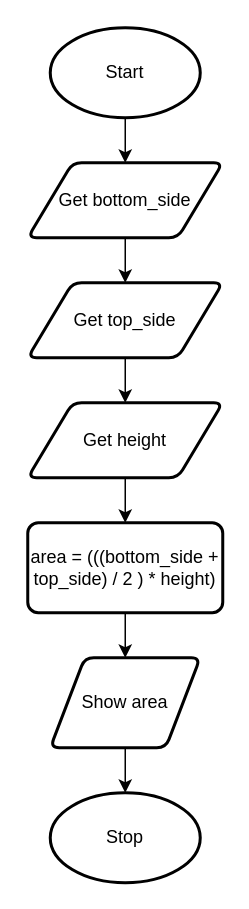
Above: drawio/flowchart/flowchart.drawio in Aidan-Lalonde-Novales/ICS3U-Assignment-2-Python (draw.io), before the change. Source tidied: cells renumbered, new cells numbered last; positions are measured from the earlier drawing's top-left corner, leaving out a move shared by most shapes. Both pictures are drawn from the tidied source at 150%, with x=0, y=0 at pixel (27, 27).
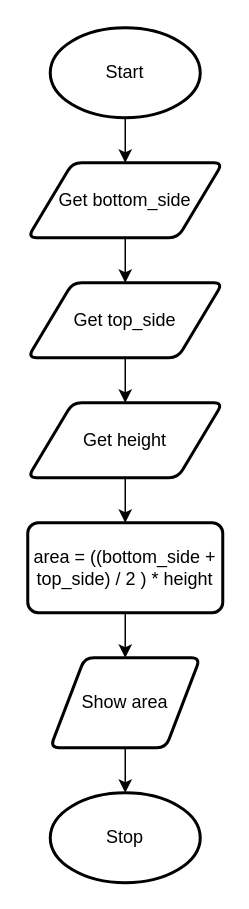
Above is the later version.

Commit message (it also covers changes not shown here):
fixed another mistake wit formula

The edit, as a diff of the source:
```diff
@@
 <mxGraphModel>
   <root>
     <mxCell id="0" />
     <mxCell id="1" parent="0" />
     <mxCell id="2" style="edgeStyle=none;html=1;exitX=0.5;exitY=1;exitDx=0;exitDy=0;exitPerimeter=0;entryX=0.5;entryY=0;entryDx=0;entryDy=0;" parent="1" edge="1" source="3" target="5">
       <mxGeometry relative="1" as="geometry" />
     </mxCell>
     <mxCell id="3" value="Start" style="strokeWidth=2;html=1;shape=mxgraph.flowchart.start_1;whiteSpace=wrap;" parent="1" vertex="1">
       <mxGeometry x="15" width="100" height="60" as="geometry" />
     </mxCell>
     <mxCell id="4" style="edgeStyle=none;html=1;exitX=0.5;exitY=1;exitDx=0;exitDy=0;entryX=0.5;entryY=0;entryDx=0;entryDy=0;" parent="1" edge="1" source="5" target="12">
       <mxGeometry relative="1" as="geometry" />
     </mxCell>
     <mxCell id="5" value="Get bottom_side" style="shape=parallelogram;html=1;strokeWidth=2;perimeter=parallelogramPerimeter;whiteSpace=wrap;rounded=1;arcSize=12;size=0.23;" parent="1" vertex="1">
       <mxGeometry y="90" width="130" height="50" as="geometry" />
     </mxCell>
     <mxCell id="6" style="edgeStyle=none;html=1;exitX=0.5;exitY=1;exitDx=0;exitDy=0;entryX=0.5;entryY=0;entryDx=0;entryDy=0;" parent="1" edge="1" source="7" target="9">
       <mxGeometry relative="1" as="geometry" />
     </mxCell>
-    <mxCell id="7" value="area = (((bottom_side + top_side) / 2 ) * height)" style="rounded=1;whiteSpace=wrap;html=1;absoluteArcSize=1;arcSize=14;strokeWidth=2;" parent="1" vertex="1">
+    <mxCell id="7" value="area = ((bottom_side + top_side) / 2 ) * height" style="rounded=1;whiteSpace=wrap;html=1;absoluteArcSize=1;arcSize=14;strokeWidth=2;" parent="1" vertex="1">
       <mxGeometry y="330" width="130" height="60" as="geometry" />
     </mxCell>
     <mxCell id="8" style="edgeStyle=none;html=1;exitX=0.5;exitY=1;exitDx=0;exitDy=0;entryX=0.5;entryY=0;entryDx=0;entryDy=0;entryPerimeter=0;" parent="1" edge="1" source="9" target="10">
       <mxGeometry relative="1" as="geometry" />
     </mxCell>
     <mxCell id="9" value="Show area" style="shape=parallelogram;html=1;strokeWidth=2;perimeter=parallelogramPerimeter;whiteSpace=wrap;rounded=1;arcSize=12;size=0.23;" parent="1" vertex="1">
       <mxGeometry x="15" y="420" width="100" height="60" as="geometry" />
     </mxCell>
     <mxCell id="10" value="Stop" style="strokeWidth=2;html=1;shape=mxgraph.flowchart.start_1;whiteSpace=wrap;" parent="1" vertex="1">
       <mxGeometry x="15" y="510" width="100" height="60" as="geometry" />
     </mxCell>
     <mxCell id="11" style="edgeStyle=none;html=1;exitX=0.5;exitY=1;exitDx=0;exitDy=0;entryX=0.5;entryY=0;entryDx=0;entryDy=0;" parent="1" edge="1" source="12" target="14">
       <mxGeometry relative="1" as="geometry" />
     </mxCell>
     <mxCell id="12" value="Get top_side" style="shape=parallelogram;html=1;strokeWidth=2;perimeter=parallelogramPerimeter;whiteSpace=wrap;rounded=1;arcSize=12;size=0.23;" parent="1" vertex="1">
       <mxGeometry y="170" width="130" height="50" as="geometry" />
     </mxCell>
     <mxCell id="13" style="edgeStyle=none;html=1;exitX=0.5;exitY=1;exitDx=0;exitDy=0;entryX=0.5;entryY=0;entryDx=0;entryDy=0;" parent="1" edge="1" source="14" target="7">
       <mxGeometry relative="1" as="geometry" />
     </mxCell>
     <mxCell id="14" value="Get height" style="shape=parallelogram;html=1;strokeWidth=2;perimeter=parallelogramPerimeter;whiteSpace=wrap;rounded=1;arcSize=12;size=0.23;" parent="1" vertex="1">
       <mxGeometry y="250" width="130" height="50" as="geometry" />
     </mxCell>
   </root>
 </mxGraphModel>
```
